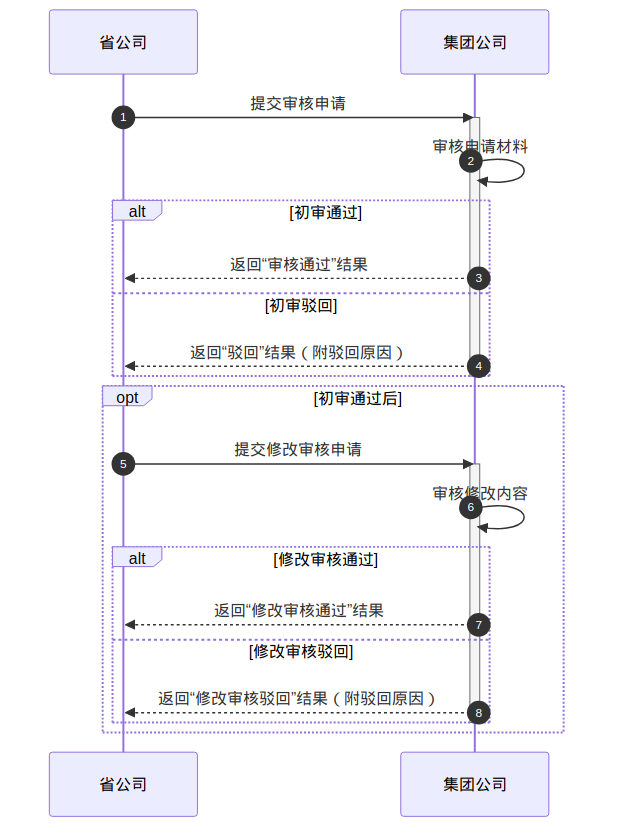
The Mermaid diagram sequence-diagram.png in binenyuan/my-cursor, before a commit. Its source is kept beside it as sequence-diagram.mmd.
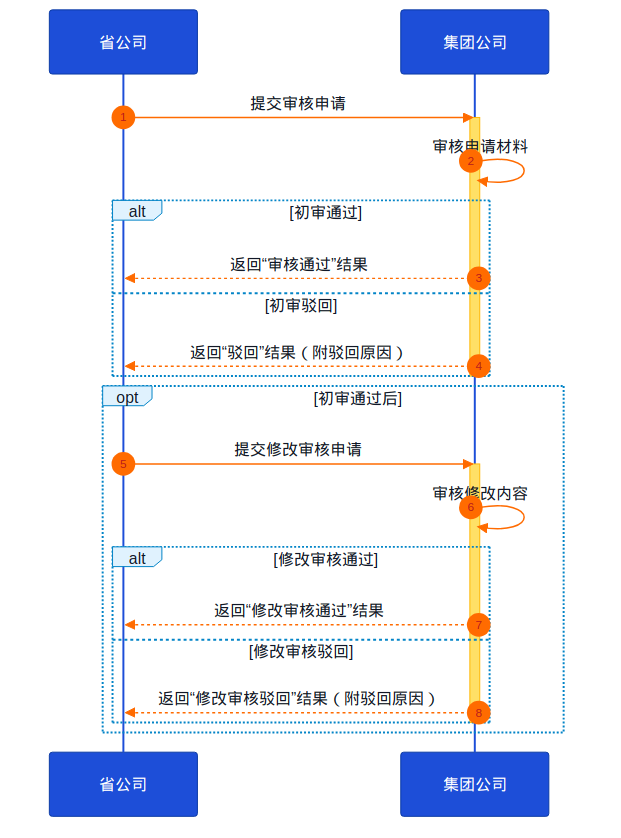
Above is the later version.

Commit message:
Apply vivid color theme to sequence diagram

The edit, as a diff of the source:
```diff
@@ -1,3 +1,25 @@
+%%{init: {
+  "theme": "base",
+  "themeVariables": {
+    "fontFamily": "Arial",
+    "actorBkg": "#1D4ED8",
+    "actorBorder": "#0B3AA4",
+    "actorTextColor": "#FFFFFF",
+    "actorLineColor": "#1D4ED8",
+    "signalColor": "#FF6B00",
+    "signalTextColor": "#111827",
+    "activationBkgColor": "#FFE066",
+    "activationBorderColor": "#FFB703",
+    "labelBoxBkgColor": "#E0F2FE",
+    "labelBoxBorderColor": "#0284C7",
+    "labelTextColor": "#0F172A",
+    "loopTextColor": "#0F172A",
+    "noteBkgColor": "#FEF3C7",
+    "noteBorderColor": "#F59E0B",
+    "noteTextColor": "#111827",
+    "sequenceNumberColor": "#B91C1C"
+  }
+}}%%
 sequenceDiagram
     autonumber
     participant P as 省公司
```
